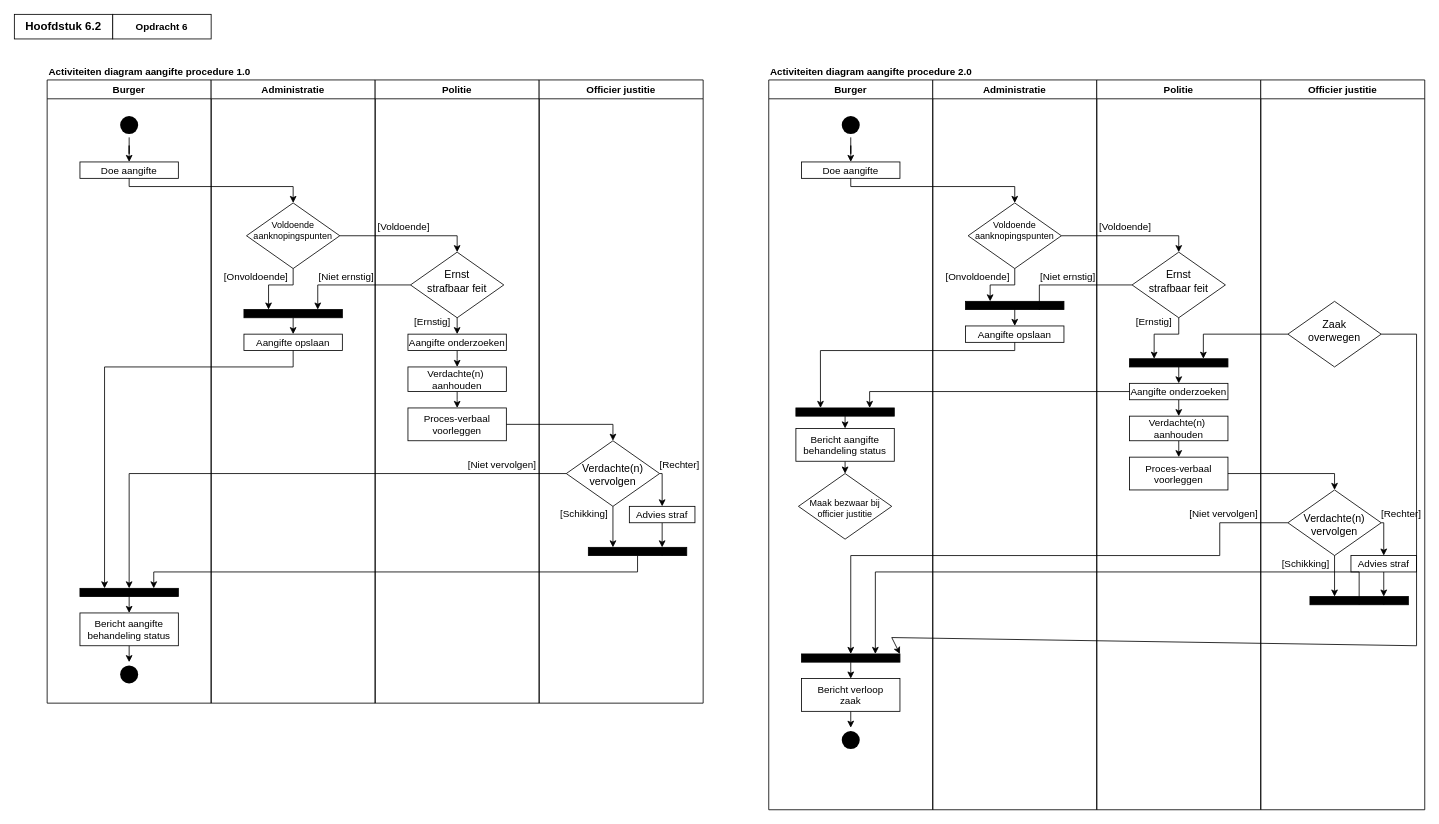
Above: page "Opdracht6" (4 of 4) of ActivityDiagramHealthclinic.drawio in EMB20/Procesanalyse (draw.io), before the change. Source tidied: cells renumbered, new cells numbered last; positions are measured from the earlier drawing's top-left corner, leaving out a move shared by most shapes. Both pictures are drawn from the tidied source at 82%, with x=0, y=0 at pixel (14, 14).
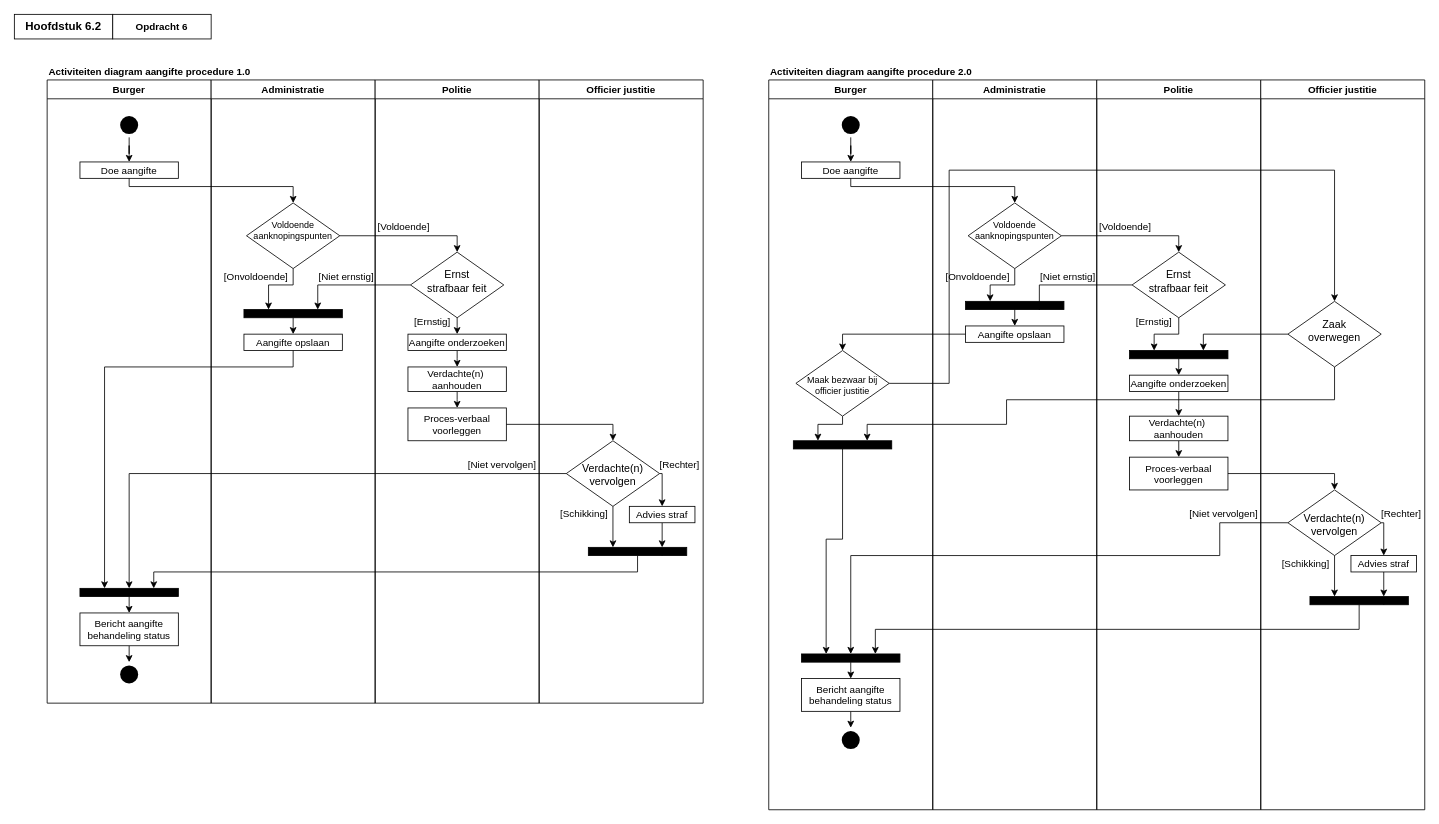
The same diagram, later.

Unchanged cells that the change refers to:
```xml
<mxCell id="50" value="Burger" style="swimlane;whiteSpace=wrap;html=1;" parent="1" vertex="1">
  <mxGeometry x="920" y="80" width="200" height="890" as="geometry" />
</mxCell>
<mxCell id="57" style="rounded=0;whiteSpace=wrap;html=1;fillColor=#000000;" parent="50" vertex="1">
  <mxGeometry x="40" y="700" width="120" height="10" as="geometry" />
</mxCell>
<mxCell id="65" value="Aangifte opslaan" parent="64" vertex="1">
  <mxGeometry x="40" y="300" width="120" height="20" as="geometry" />
</mxCell>
<mxCell id="76" value="Politie" style="swimlane;whiteSpace=wrap;html=1;startSize=23;" parent="1" vertex="1">
  <mxGeometry x="1320" y="80" width="200" height="890" as="geometry" />
</mxCell>
<mxCell id="88" value="Zaak&#10;overwegen" style="rhombus;fillColor=default;strokeColor=default;shadow=0;fontSize=13;spacingBottom=10;" parent="87" vertex="1">
  <mxGeometry x="33.1" y="270" width="113.8" height="80" as="geometry" />
</mxCell>
<mxCell id="97" style="rounded=0;whiteSpace=wrap;html=1;fillColor=#000000;" parent="87" vertex="1">
  <mxGeometry x="60" y="630" width="120" height="10" as="geometry" />
</mxCell>
```

The edit, as a diff of the source:
```diff
@@
-    <mxCell id="55" value="Bericht verloop&#10;zaak" parent="50" vertex="1">
+    <mxCell id="55" value="Bericht aangifte&#10;behandeling status" parent="50" vertex="1">
       <mxGeometry x="40" y="730" width="120" height="40" as="geometry" />
     </mxCell>
@@
-    <mxCell id="59" style="edgeStyle=none;rounded=0;jettySize=auto;html=1;entryX=0.5;entryY=0;entryDx=0;entryDy=0;elbow=vertical;" parent="50" edge="1" source="60" target="61">
-      <mxGeometry relative="1" as="geometry" />
-    </mxCell>
-    <mxCell id="60" value="Bericht aangifte&#10;behandeling status" parent="50" vertex="1">
-      <mxGeometry x="33.1" y="425" width="120" height="40" as="geometry" />
-    </mxCell>
+    <mxCell id="107" style="edgeStyle=none;rounded=0;jettySize=auto;html=1;exitX=0.5;exitY=1;exitDx=0;exitDy=0;entryX=0.25;entryY=0;entryDx=0;entryDy=0;elbow=vertical;" parent="50" edge="1" source="61" target="109">
+      <mxGeometry relative="1" as="geometry">
+        <Array as="points">
+          <mxPoint x="90" y="420" />
+          <mxPoint x="60" y="420" />
+        </Array>
+      </mxGeometry>
+    </mxCell>
     <mxCell id="61" value="Maak bezwaar bij&#10;officier justitie" style="rhombus;fillColor=default;strokeColor=default;shadow=0;fontSize=11;spacingBottom=0;spacingTop=4;" parent="50" vertex="1">
-      <mxGeometry x="36.2" y="480" width="113.8" height="80" as="geometry" />
+      <mxGeometry x="33.1" y="330" width="113.8" height="80" as="geometry" />
     </mxCell>
-    <mxCell id="62" style="edgeStyle=none;rounded=0;jettySize=auto;html=1;exitX=0.5;exitY=1;exitDx=0;exitDy=0;entryX=0.5;entryY=0;entryDx=0;entryDy=0;elbow=vertical;" parent="50" edge="1" source="63" target="60">
-      <mxGeometry relative="1" as="geometry" />
-    </mxCell>
-    <mxCell id="63" style="rounded=0;whiteSpace=wrap;html=1;fillColor=#000000;" parent="50" vertex="1">
-      <mxGeometry x="33.1" y="400" width="120" height="10" as="geometry" />
-    </mxCell>
+    <mxCell id="108" style="edgeStyle=none;rounded=0;jettySize=auto;html=1;entryX=0.25;entryY=0;entryDx=0;entryDy=0;elbow=vertical;" parent="50" edge="1" source="109" target="57">
+      <mxGeometry relative="1" as="geometry">
+        <Array as="points">
+          <mxPoint x="90" y="560" />
+          <mxPoint x="70" y="560" />
+        </Array>
+      </mxGeometry>
+    </mxCell>
+    <mxCell id="109" style="rounded=0;whiteSpace=wrap;html=1;fillColor=#000000;" parent="50" vertex="1">
+      <mxGeometry x="30" y="440" width="120" height="10" as="geometry" />
+    </mxCell>
@@
     <mxCell id="78" value="Aangifte onderzoeken" parent="76" vertex="1">
-      <mxGeometry x="40" y="370" width="120" height="20" as="geometry" />
+      <mxGeometry x="40" y="360" width="120" height="20" as="geometry" />
     </mxCell>
@@
     <mxCell id="84" style="rounded=0;whiteSpace=wrap;html=1;fillColor=#000000;" parent="76" vertex="1">
-      <mxGeometry x="40" y="340" width="120" height="10" as="geometry" />
+      <mxGeometry x="40" y="330" width="120" height="10" as="geometry" />
     </mxCell>
@@
     <mxCell id="101" style="edgeStyle=none;rounded=0;jettySize=auto;html=1;exitX=0.5;exitY=1;exitDx=0;exitDy=0;entryX=0.75;entryY=0;entryDx=0;entryDy=0;elbow=vertical;" parent="1" edge="1" source="97" target="57">
       <mxGeometry relative="1" as="geometry">
         <Array as="points">
-          <mxPoint x="1640" y="680" />
-          <mxPoint x="1050" y="680" />
+          <mxPoint x="1640" y="750" />
+          <mxPoint x="1050" y="750" />
         </Array>
       </mxGeometry>
     </mxCell>
@@
-    <mxCell id="103" style="edgeStyle=none;rounded=0;jettySize=auto;html=1;exitX=0;exitY=0.5;exitDx=0;exitDy=0;entryX=0.75;entryY=0;entryDx=0;entryDy=0;elbow=vertical;" parent="1" edge="1" source="78" target="63">
-      <mxGeometry relative="1" as="geometry">
-        <Array as="points">
-          <mxPoint x="1043" y="460" />
-        </Array>
-      </mxGeometry>
-    </mxCell>
-    <mxCell id="104" style="edgeStyle=none;rounded=0;jettySize=auto;html=1;exitX=1;exitY=0.5;exitDx=0;exitDy=0;entryX=1;entryY=0;entryDx=0;entryDy=0;elbow=vertical;" parent="1" edge="1" source="88" target="57">
-      <mxGeometry relative="1" as="geometry">
-        <Array as="points">
-          <mxPoint x="1710" y="390" />
-          <mxPoint x="1710" y="770" />
-          <mxPoint x="1070" y="760" />
-        </Array>
-      </mxGeometry>
-    </mxCell>
@@
-    <mxCell id="106" style="edgeStyle=none;rounded=0;jettySize=auto;html=1;exitX=0.5;exitY=1;exitDx=0;exitDy=0;entryX=0.25;entryY=0;entryDx=0;entryDy=0;elbow=vertical;" parent="1" edge="1" source="65" target="63">
-      <mxGeometry relative="1" as="geometry">
-        <Array as="points">
-          <mxPoint x="1220" y="410" />
-          <mxPoint x="983" y="410" />
-        </Array>
-      </mxGeometry>
-    </mxCell>
+    <mxCell id="110" style="edgeStyle=none;rounded=0;jettySize=auto;html=1;exitX=1;exitY=0.5;exitDx=0;exitDy=0;entryX=0.5;entryY=0;entryDx=0;entryDy=0;elbow=vertical;" parent="1" edge="1" source="61" target="88">
+      <mxGeometry relative="1" as="geometry">
+        <Array as="points">
+          <mxPoint x="1140" y="450" />
+          <mxPoint x="1140" y="190" />
+          <mxPoint x="1610" y="190" />
+        </Array>
+      </mxGeometry>
+    </mxCell>
+    <mxCell id="111" style="edgeStyle=none;rounded=0;jettySize=auto;html=1;exitX=0;exitY=0.5;exitDx=0;exitDy=0;entryX=0.5;entryY=0;entryDx=0;entryDy=0;elbow=vertical;" parent="1" edge="1" source="65" target="61">
+      <mxGeometry relative="1" as="geometry">
+        <Array as="points">
+          <mxPoint x="1010" y="390" />
+        </Array>
+      </mxGeometry>
+    </mxCell>
+    <mxCell id="112" style="edgeStyle=none;rounded=0;jettySize=auto;html=1;exitX=0.5;exitY=1;exitDx=0;exitDy=0;elbow=vertical;entryX=0.75;entryY=0;entryDx=0;entryDy=0;" parent="1" edge="1" source="88" target="109">
+      <mxGeometry relative="1" as="geometry">
+        <Array as="points">
+          <mxPoint x="1610" y="470" />
+          <mxPoint x="1210" y="470" />
+          <mxPoint x="1210" y="500" />
+          <mxPoint x="1040" y="500" />
+        </Array>
+      </mxGeometry>
+    </mxCell>
```
